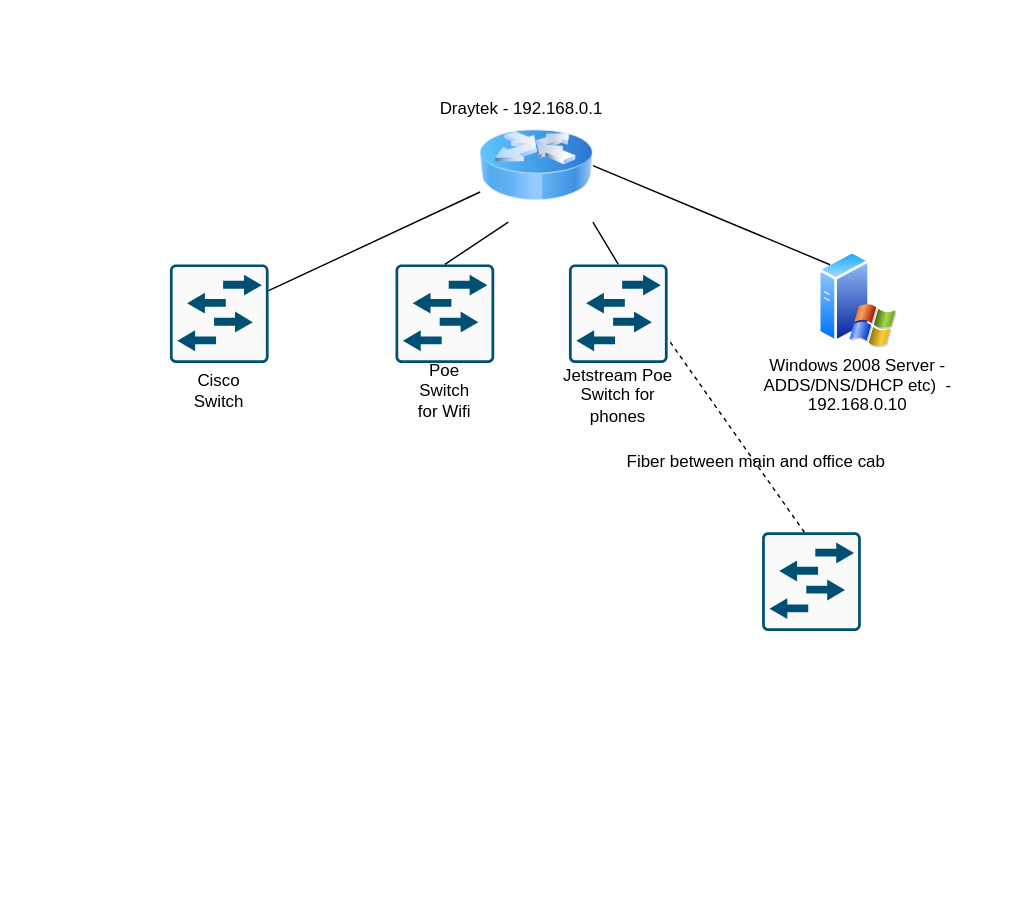
Before: Untitled Diagram.drawio in LewisSenior/PowershellPit, a draw.io diagram. Source tidied: cells renumbered, new cells numbered last; positions are measured from the earlier drawing's top-left corner, leaving out a move shared by most shapes. Both pictures are drawn from the tidied source at 141%, with x=0, y=0 at pixel (169, 94).
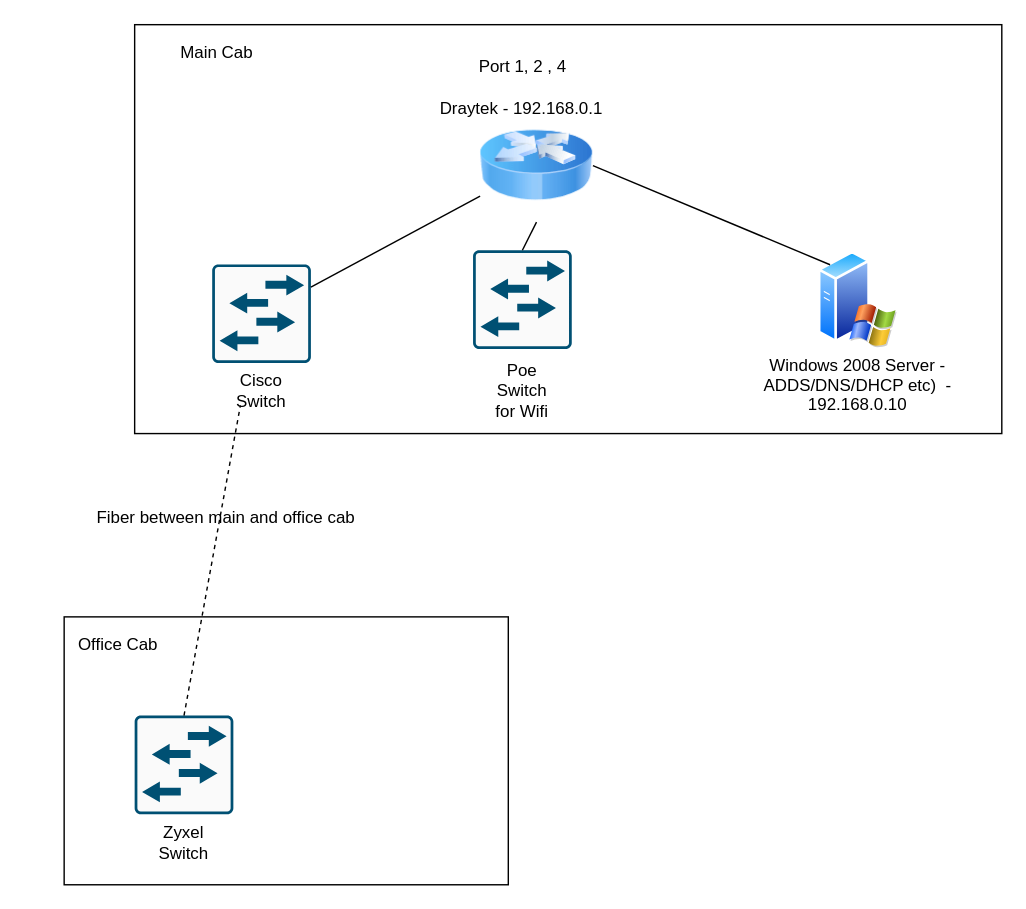
The same diagram, later.

Unchanged cells that the change refers to:
```xml
<mxCell id="2" style="image;html=1;image=img/lib/clip_art/networking/Router_Icon_128x128.png;" parent="1" vertex="1">
  <mxGeometry x="220" y="10" width="80" height="80" as="geometry" />
</mxCell>
```

Diff of the diagram source:
```diff
@@
+    <mxCell id="19" style="rounded=0;whiteSpace=wrap;html=1;" parent="1" vertex="1">
+      <mxGeometry x="-75" y="370" width="315" height="190" as="geometry" />
+    </mxCell>
+    <mxCell id="20" style="rounded=0;whiteSpace=wrap;html=1;" parent="1" vertex="1">
+      <mxGeometry x="-25" y="-50" width="615" height="290" as="geometry" />
+    </mxCell>
@@
     <mxCell id="4" style="points=[[0.015,0.015,0],[0.985,0.015,0],[0.985,0.985,0],[0.015,0.985,0],[0.25,0,0],[0.5,0,0],[0.75,0,0],[1,0.25,0],[1,0.5,0],[1,0.75,0],[0.75,1,0],[0.5,1,0],[0.25,1,0],[0,0.75,0],[0,0.5,0],[0,0.25,0]];verticalLabelPosition=bottom;html=1;verticalAlign=top;align=center;shape=mxgraph.cisco19.rect;prIcon=l2_switch;fillColor=#FAFAFA;strokeColor=#005073;" parent="1" vertex="1">
-      <mxGeometry y="120" width="70" height="70" as="geometry" />
+      <mxGeometry x="30" y="120" width="70" height="70" as="geometry" />
     </mxCell>
     <mxCell id="5" style="points=[[0.015,0.015,0],[0.985,0.015,0],[0.985,0.985,0],[0.015,0.985,0],[0.25,0,0],[0.5,0,0],[0.75,0,0],[1,0.25,0],[1,0.5,0],[1,0.75,0],[0.75,1,0],[0.5,1,0],[0.25,1,0],[0,0.75,0],[0,0.5,0],[0,0.25,0]];verticalLabelPosition=bottom;html=1;verticalAlign=top;align=center;shape=mxgraph.cisco19.rect;prIcon=l2_switch;fillColor=#FAFAFA;strokeColor=#005073;" parent="1" vertex="1">
-      <mxGeometry x="160" y="120" width="70" height="70" as="geometry" />
+      <mxGeometry x="215" y="110" width="70" height="70" as="geometry" />
     </mxCell>
     <mxCell id="6" style="points=[[0.015,0.015,0],[0.985,0.015,0],[0.985,0.985,0],[0.015,0.985,0],[0.25,0,0],[0.5,0,0],[0.75,0,0],[1,0.25,0],[1,0.5,0],[1,0.75,0],[0.75,1,0],[0.5,1,0],[0.25,1,0],[0,0.75,0],[0,0.5,0],[0,0.25,0]];verticalLabelPosition=bottom;html=1;verticalAlign=top;align=center;shape=mxgraph.cisco19.rect;prIcon=l2_switch;fillColor=#FAFAFA;strokeColor=#005073;" parent="1" vertex="1">
-      <mxGeometry x="420" y="310" width="70" height="70" as="geometry" />
+      <mxGeometry x="-25" y="440" width="70" height="70" as="geometry" />
     </mxCell>
-    <mxCell id="7" style="points=[[0.015,0.015,0],[0.985,0.015,0],[0.985,0.985,0],[0.015,0.985,0],[0.25,0,0],[0.5,0,0],[0.75,0,0],[1,0.25,0],[1,0.5,0],[1,0.75,0],[0.75,1,0],[0.5,1,0],[0.25,1,0],[0,0.75,0],[0,0.5,0],[0,0.25,0]];verticalLabelPosition=bottom;html=1;verticalAlign=top;align=center;shape=mxgraph.cisco19.rect;prIcon=l2_switch;fillColor=#FAFAFA;strokeColor=#005073;" parent="1" vertex="1">
-      <mxGeometry x="283" y="120" width="70" height="70" as="geometry" />
-    </mxCell>
     <mxCell id="8" value="Poe Switch for Wifi" style="text;html=1;strokeColor=none;fillColor=none;align=center;verticalAlign=middle;whiteSpace=wrap;rounded=0;" parent="1" vertex="1">
-      <mxGeometry x="175" y="200" width="40" height="20" as="geometry" />
+      <mxGeometry x="229.5" y="200" width="40" height="20" as="geometry" />
     </mxCell>
@@
-    <mxCell id="12" style="endArrow=none;html=1;entryX=0.5;entryY=0;entryDx=0;entryDy=0;entryPerimeter=0;exitX=0.25;exitY=1;exitDx=0;exitDy=0;" parent="1" edge="1" source="2" target="5">
+    <mxCell id="12" style="endArrow=none;html=1;entryX=0.5;entryY=0;entryDx=0;entryDy=0;entryPerimeter=0;exitX=0.5;exitY=1;exitDx=0;exitDy=0;" parent="1" edge="1" source="2" target="5">
       <mxGeometry relative="1" as="geometry" />
     </mxCell>
-    <mxCell id="13" style="endArrow=none;html=1;exitX=1;exitY=1;exitDx=0;exitDy=0;entryX=0.5;entryY=0;entryDx=0;entryDy=0;entryPerimeter=0;" parent="1" edge="1" source="2" target="7">
-      <mxGeometry relative="1" as="geometry" />
-    </mxCell>
     <mxCell id="14" value="&lt;div&gt;Cisco Switch&lt;/div&gt;" style="text;html=1;strokeColor=none;fillColor=none;align=center;verticalAlign=middle;whiteSpace=wrap;rounded=0;" parent="1" vertex="1">
-      <mxGeometry x="15" y="200" width="40" height="20" as="geometry" />
+      <mxGeometry x="45" y="200" width="40" height="20" as="geometry" />
     </mxCell>
-    <mxCell id="15" value="&lt;div&gt;Jetstream Poe Switch for phones&lt;/div&gt;&lt;div&gt;&lt;br&gt;&lt;/div&gt;" style="text;html=1;strokeColor=none;fillColor=none;align=center;verticalAlign=middle;whiteSpace=wrap;rounded=0;" parent="1" vertex="1">
-      <mxGeometry x="277" y="210" width="82" height="20" as="geometry" />
-    </mxCell>
-    <mxCell id="16" style="endArrow=none;dashed=1;html=1;entryX=1;entryY=0.75;entryDx=0;entryDy=0;entryPerimeter=0;" parent="1" edge="1" target="7">
+    <mxCell id="16" style="endArrow=none;dashed=1;html=1;entryX=1;entryY=0.75;entryDx=0;entryDy=0;entryPerimeter=0;exitX=0.5;exitY=0;exitDx=0;exitDy=0;exitPerimeter=0;" parent="1" edge="1" source="6">
       <mxGeometry relative="1" as="geometry">
-        <mxPoint x="450" y="310" as="sourcePoint" />
+        <mxPoint x="50" y="220" as="targetPoint" />
       </mxGeometry>
     </mxCell>
     <mxCell id="17" value="Fiber between main and office cab" style="text;html=1;strokeColor=none;fillColor=none;align=center;verticalAlign=middle;whiteSpace=wrap;rounded=0;" parent="1" vertex="1">
-      <mxGeometry x="316" y="250" width="200" height="20" as="geometry" />
+      <mxGeometry x="-60" y="290" width="200" height="20" as="geometry" />
     </mxCell>
@@
+    <mxCell id="21" value="Zyxel Switch" style="text;html=1;strokeColor=none;fillColor=none;align=center;verticalAlign=middle;whiteSpace=wrap;rounded=0;" parent="1" vertex="1">
+      <mxGeometry x="-10" y="520" width="40" height="20" as="geometry" />
+    </mxCell>
+    <mxCell id="22" value="&lt;div&gt;Port 1, 2 , 4&lt;/div&gt;" style="text;html=1;strokeColor=none;fillColor=none;align=center;verticalAlign=middle;whiteSpace=wrap;rounded=0;" parent="1" vertex="1">
+      <mxGeometry x="183.5" y="-30" width="133" height="20" as="geometry" />
+    </mxCell>
+    <mxCell id="23" value="&lt;div&gt;Main Cab&lt;/div&gt;" style="text;html=1;strokeColor=none;fillColor=none;align=center;verticalAlign=middle;whiteSpace=wrap;rounded=0;" parent="1" vertex="1">
+      <mxGeometry x="-33" y="-40" width="133" height="20" as="geometry" />
+    </mxCell>
+    <mxCell id="24" value="Office Cab" style="text;html=1;strokeColor=none;fillColor=none;align=center;verticalAlign=middle;whiteSpace=wrap;rounded=0;" parent="1" vertex="1">
+      <mxGeometry x="-103" y="380" width="133" height="20" as="geometry" />
+    </mxCell>
```
